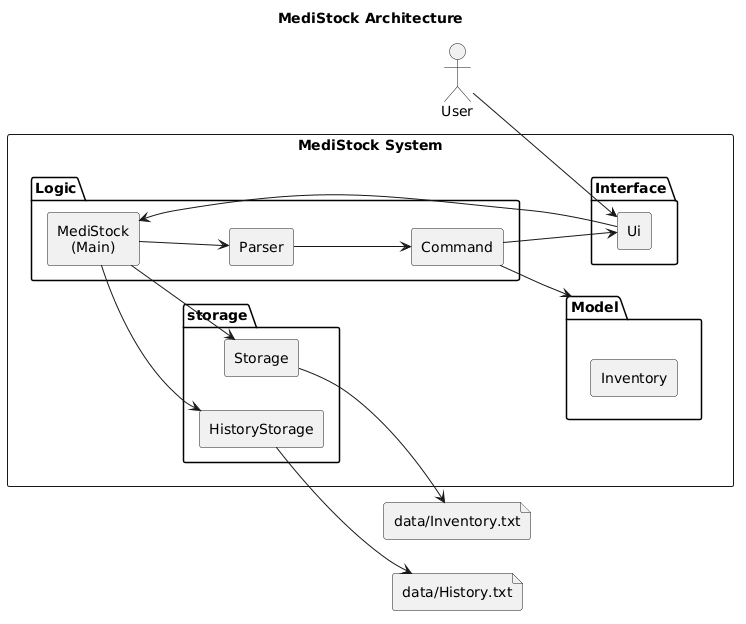
This is docs/diagrams/MedistockArchitectureDiagram.png from manudagur87/tp, a PlantUML export, as it was before one commit. Source of this version:
```plantuml
@startuml
title MediStock Architecture
left to right direction

skinparam shadowing false
skinparam componentStyle rectangle
skinparam defaultTextAlignment center

actor User

rectangle "MediStock System" {
  package "Interface" {
    component Ui
  }

  package "Logic" {
    component "MediStock\n(Main)" as Main
    component Parser
    component Command
  }

  package "Model" {
    component "Inventory"
  }

  package "storage" {
    component Storage
    component HistoryStorage
  }
}

file "data/Inventory.txt" as InventoryFile
file "data/History.txt" as HistoryFile

User --> Ui
Ui --> Main
Main --> Parser
Parser --> Command
Command --> Model
Command --> Ui

Main --> Storage
Main --> HistoryStorage

Storage --> InventoryFile
HistoryStorage --> HistoryFile
@enduml
```
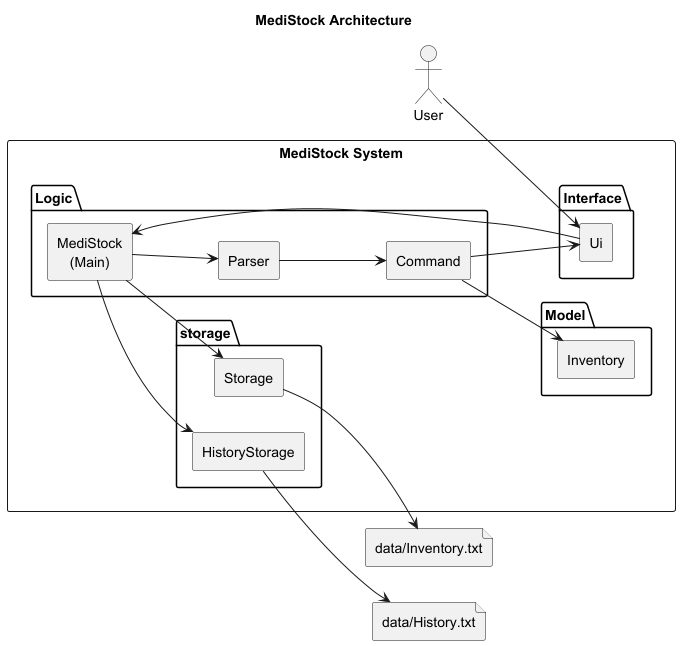
After the commit.

Commit message:
Add Architecture Diagram + short description

Change to the diagram source:
```diff
@@ -36,7 +36,7 @@
 Ui --> Main
 Main --> Parser
 Parser --> Command
-Command --> Model
+Command --> "Inventory"
 Command --> Ui
 
 Main --> Storage
@@ -44,4 +44,5 @@
 
 Storage --> InventoryFile
 HistoryStorage --> HistoryFile
+
 @enduml
```
